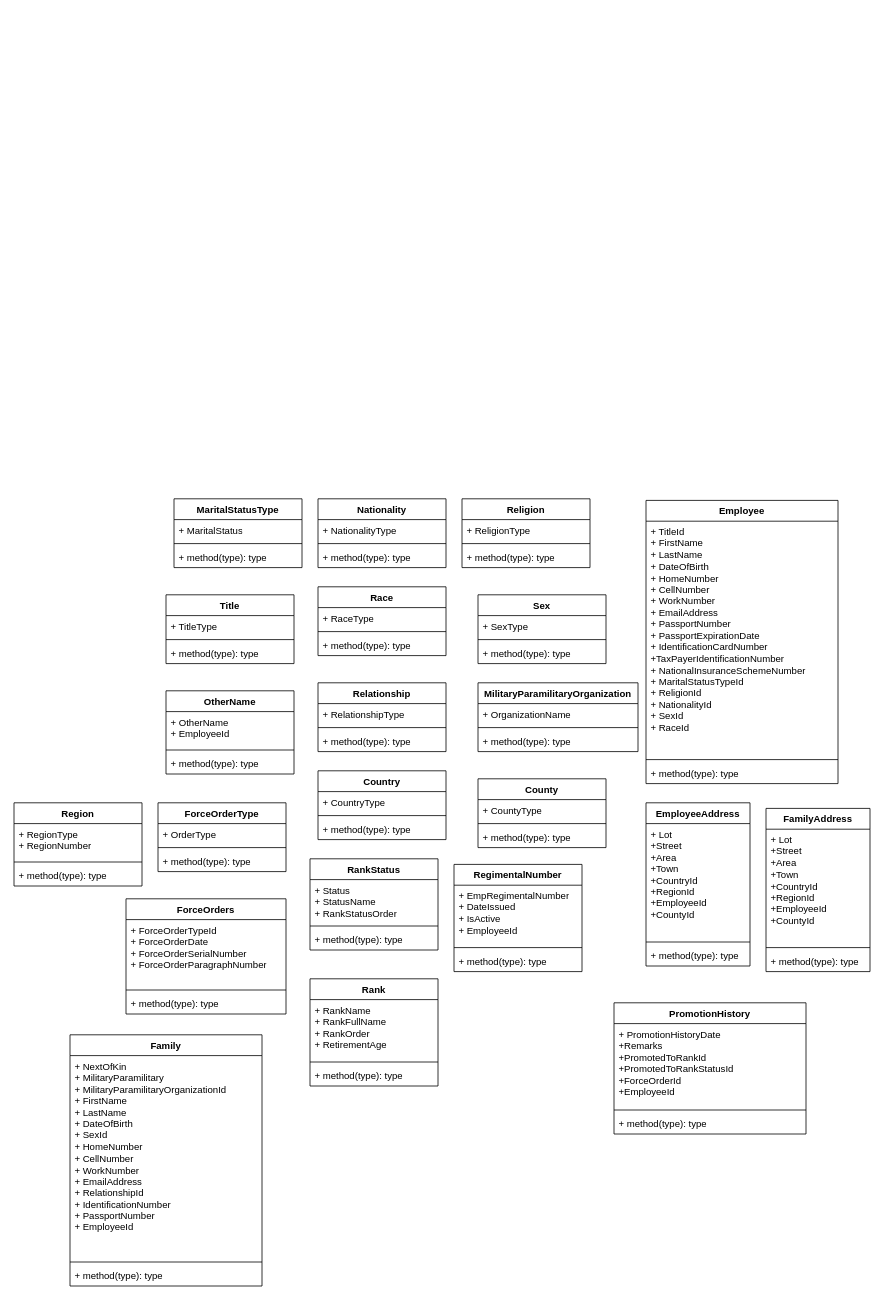
ResearchAndDevelopmentSignal/GDFHRMSDesignDocs keeps this draw.io diagram as GDFHrmsDesignDocs.drawio. Above is the earlier version. Source tidied: cells renumbered, new cells numbered last; positions are measured from the earlier drawing's top-left corner, leaving out a move shared by most shapes. Both pictures are drawn from the tidied source at 80%, with x=0, y=0 at pixel (14, 498).
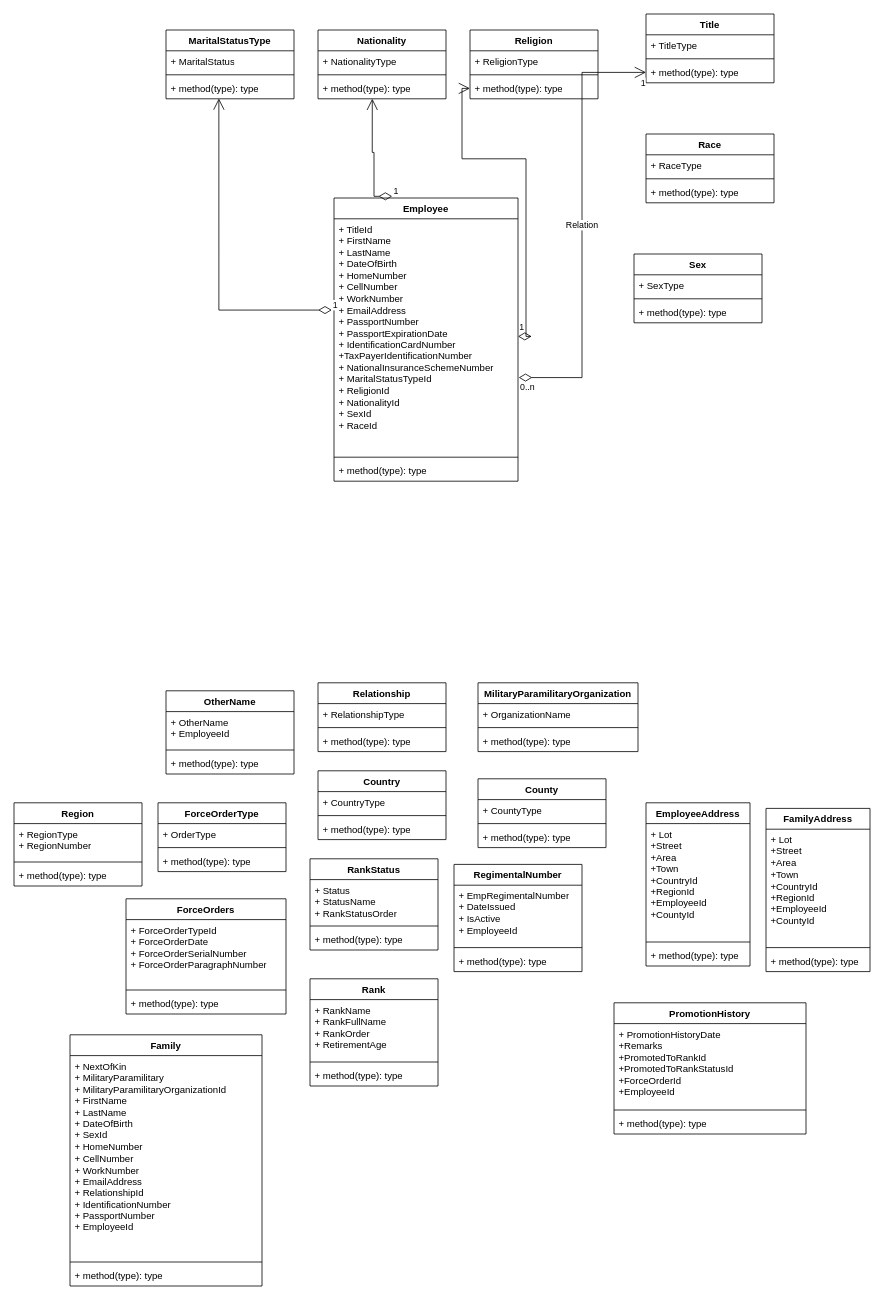
The same diagram, later.

Unchanged cells that the change refers to:
```xml
<mxCell id="5" value="+ method(type): type" style="text;strokeColor=none;fillColor=none;align=left;verticalAlign=top;spacingLeft=4;spacingRight=4;overflow=hidden;points=[[0,0.5],[1,0.5]];portConstraint=eastwest;whiteSpace=wrap;html=1;" parent="2" vertex="1">
  <mxGeometry y="60" width="160" height="26" as="geometry" />
</mxCell>
<mxCell id="9" value="+ method(type): type" style="text;strokeColor=none;fillColor=none;align=left;verticalAlign=top;spacingLeft=4;spacingRight=4;overflow=hidden;points=[[0,0.5],[1,0.5]];portConstraint=eastwest;whiteSpace=wrap;html=1;" parent="6" vertex="1">
  <mxGeometry y="60" width="160" height="26" as="geometry" />
</mxCell>
<mxCell id="13" value="+ method(type): type" style="text;strokeColor=none;fillColor=none;align=left;verticalAlign=top;spacingLeft=4;spacingRight=4;overflow=hidden;points=[[0,0.5],[1,0.5]];portConstraint=eastwest;whiteSpace=wrap;html=1;" parent="10" vertex="1">
  <mxGeometry y="60" width="160" height="26" as="geometry" />
</mxCell>
<mxCell id="37" value="+ method(type): type" style="text;strokeColor=none;fillColor=none;align=left;verticalAlign=top;spacingLeft=4;spacingRight=4;overflow=hidden;points=[[0,0.5],[1,0.5]];portConstraint=eastwest;whiteSpace=wrap;html=1;" parent="34" vertex="1">
  <mxGeometry y="60" width="160" height="26" as="geometry" />
</mxCell>
```

The edit, as a diff of the source:
```diff
@@
     <mxCell id="2" value="Nationality" style="swimlane;fontStyle=1;align=center;verticalAlign=top;horizontal=1;startSize=26;whiteSpace=wrap;html=1;" parent="1" vertex="1">
-      <mxGeometry x="380" width="160" height="86" as="geometry" />
+      <mxGeometry x="380" y="-586" width="160" height="86" as="geometry" />
     </mxCell>
@@
     <mxCell id="6" value="Religion" style="swimlane;fontStyle=1;align=center;verticalAlign=top;horizontal=1;startSize=26;whiteSpace=wrap;html=1;" parent="1" vertex="1">
-      <mxGeometry x="560" width="160" height="86" as="geometry" />
+      <mxGeometry x="570" y="-586" width="160" height="86" as="geometry" />
     </mxCell>
@@
     <mxCell id="10" value="MaritalStatusType" style="swimlane;fontStyle=1;align=center;verticalAlign=top;horizontal=1;startSize=26;whiteSpace=wrap;html=1;" parent="1" vertex="1">
-      <mxGeometry x="200" width="160" height="86" as="geometry" />
+      <mxGeometry x="190" y="-586" width="160" height="86" as="geometry" />
     </mxCell>
@@
     <mxCell id="14" value="Race" style="swimlane;fontStyle=1;align=center;verticalAlign=top;horizontal=1;startSize=26;whiteSpace=wrap;html=1;" parent="1" vertex="1">
-      <mxGeometry x="380" y="110" width="160" height="86" as="geometry" />
+      <mxGeometry x="790" y="-456" width="160" height="86" as="geometry" />
     </mxCell>
@@
     <mxCell id="18" value="Sex" style="swimlane;fontStyle=1;align=center;verticalAlign=top;horizontal=1;startSize=26;whiteSpace=wrap;html=1;" parent="1" vertex="1">
-      <mxGeometry x="580" y="120" width="160" height="86" as="geometry" />
+      <mxGeometry x="775" y="-306" width="160" height="86" as="geometry" />
     </mxCell>
@@
     <mxCell id="34" value="Title" style="swimlane;fontStyle=1;align=center;verticalAlign=top;horizontal=1;startSize=26;whiteSpace=wrap;html=1;" parent="1" vertex="1">
-      <mxGeometry x="190" y="120" width="160" height="86" as="geometry" />
+      <mxGeometry x="790" y="-606" width="160" height="86" as="geometry" />
     </mxCell>
@@
     <mxCell id="50" value="Employee&lt;br&gt;" style="swimlane;fontStyle=1;align=center;verticalAlign=top;horizontal=1;startSize=26;whiteSpace=wrap;html=1;" parent="1" vertex="1">
-      <mxGeometry x="790" y="2" width="240" height="354" as="geometry" />
+      <mxGeometry x="400" y="-376" width="230" height="354" as="geometry" />
     </mxCell>
     <mxCell id="51" value="+ TitleId&lt;br&gt;+ FirstName&lt;br&gt;+ LastName&lt;br&gt;+ DateOfBirth&lt;br&gt;+ HomeNumber&lt;br&gt;+ CellNumber&lt;br&gt;+ WorkNumber&lt;br&gt;+ EmailAddress&lt;br&gt;+ PassportNumber&lt;br&gt;+ PassportExpirationDate&lt;br&gt;+ IdentificationCardNumber&lt;br&gt;+TaxPayerIdentificationNumber&lt;br&gt;+ NationalInsuranceSchemeNumber&lt;br&gt;+ MaritalStatusTypeId&lt;br&gt;+ ReligionId&lt;br&gt;+ NationalityId&lt;br&gt;+ SexId&lt;br&gt;+ RaceId" style="text;strokeColor=none;fillColor=none;align=left;verticalAlign=top;spacingLeft=4;spacingRight=4;overflow=hidden;points=[[0,0.5],[1,0.5]];portConstraint=eastwest;whiteSpace=wrap;html=1;" parent="50" vertex="1">
-      <mxGeometry y="26" width="240" height="294" as="geometry" />
+      <mxGeometry y="26" width="230" height="294" as="geometry" />
     </mxCell>
     <mxCell id="52" style="line;strokeWidth=1;fillColor=none;align=left;verticalAlign=middle;spacingTop=-1;spacingLeft=3;spacingRight=3;labelPosition=right;strokeColor=inherit;" parent="50" vertex="1">
-      <mxGeometry y="320" width="240" height="8" as="geometry" />
+      <mxGeometry y="320" width="230" height="8" as="geometry" />
     </mxCell>
     <mxCell id="53" value="+ method(type): type" style="text;strokeColor=none;fillColor=none;align=left;verticalAlign=top;spacingLeft=4;spacingRight=4;overflow=hidden;whiteSpace=wrap;html=1;" parent="50" vertex="1">
-      <mxGeometry y="328" width="240" height="26" as="geometry" />
+      <mxGeometry y="328" width="230" height="26" as="geometry" />
     </mxCell>
@@
+    <mxCell id="90" value="1" style="endArrow=open;html=1;endSize=12;startArrow=diamondThin;startSize=14;startFill=0;edgeStyle=orthogonalEdgeStyle;align=left;verticalAlign=bottom;rounded=0;exitX=-0.012;exitY=0.388;exitDx=0;exitDy=0;exitPerimeter=0;entryX=0.413;entryY=0.984;entryDx=0;entryDy=0;entryPerimeter=0;" parent="1" edge="1" source="51" target="13">
+      <mxGeometry x="-1" y="3" relative="1" as="geometry" />
+    </mxCell>
+    <mxCell id="91" value="1" style="endArrow=open;html=1;endSize=12;startArrow=diamondThin;startSize=14;startFill=0;edgeStyle=orthogonalEdgeStyle;align=left;verticalAlign=bottom;rounded=0;exitX=0.316;exitY=-0.006;exitDx=0;exitDy=0;exitPerimeter=0;entryX=0.424;entryY=0.996;entryDx=0;entryDy=0;entryPerimeter=0;" parent="1" edge="1" source="50" target="5">
+      <mxGeometry x="-1" y="3" relative="1" as="geometry">
+        <Array as="points">
+          <mxPoint x="450" y="-378" />
+          <mxPoint x="450" y="-433" />
+          <mxPoint x="448" y="-433" />
+        </Array>
+      </mxGeometry>
+    </mxCell>
+    <mxCell id="92" value="1" style="endArrow=open;html=1;endSize=12;startArrow=diamondThin;startSize=14;startFill=0;edgeStyle=orthogonalEdgeStyle;align=left;verticalAlign=bottom;rounded=0;" parent="1" edge="1" source="51" target="9">
+      <mxGeometry x="-1" y="3" relative="1" as="geometry" />
+    </mxCell>
+    <mxCell id="93" value="Relation" style="endArrow=open;html=1;endSize=12;startArrow=diamondThin;startSize=14;startFill=0;edgeStyle=orthogonalEdgeStyle;rounded=0;exitX=1.004;exitY=0.675;exitDx=0;exitDy=0;exitPerimeter=0;entryX=0;entryY=0.5;entryDx=0;entryDy=0;" parent="1" edge="1" source="51" target="37">
+      <mxGeometry relative="1" as="geometry" />
+    </mxCell>
+    <mxCell id="94" value="0..n" style="edgeLabel;html=1;align=left;verticalAlign=top;" parent="93" vertex="1">
+      <mxGeometry x="-1" relative="1" as="geometry" />
+    </mxCell>
+    <mxCell id="95" value="1" style="edgeLabel;html=1;align=right;verticalAlign=top;" parent="93" vertex="1">
+      <mxGeometry x="1" relative="1" as="geometry" />
+    </mxCell>
```
